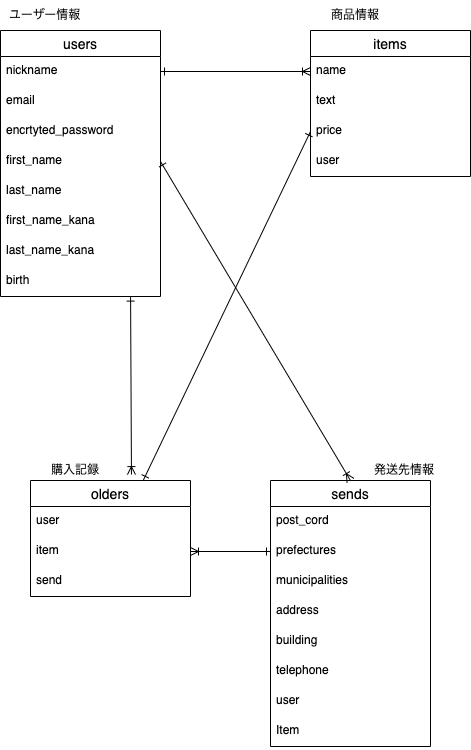
Above: furima.png in asumi-ichiba/furima-38719 (draw.io), before the change. Source tidied: cells renumbered, new cells last; positions are measured from the earlier drawing's top-left corner, leaving out a move shared by most shapes. Its diagram source:
```xml
<mxGraphModel>
  <root>
    <mxCell id="0" />
    <mxCell id="1" parent="0" />
    <mxCell id="2" style="edgeStyle=none;html=1;startArrow=ERone;startFill=0;endArrow=ERoneToMany;endFill=0;exitX=0.813;exitY=1.02;exitDx=0;exitDy=0;exitPerimeter=0;entryX=0.631;entryY=-0.051;entryDx=0;entryDy=0;entryPerimeter=0;" parent="1" edge="1" source="11" target="17">
      <mxGeometry relative="1" as="geometry" />
    </mxCell>
    <mxCell id="3" value="users" style="swimlane;fontStyle=0;horizontal=1;startSize=26;align=center;fontSize=14;" parent="1" vertex="1">
      <mxGeometry y="30" width="160" height="266" as="geometry" />
    </mxCell>
    <mxCell id="4" value="nickname" style="text;strokeColor=none;fillColor=none;spacingLeft=4;spacingRight=4;overflow=hidden;points=[[0,0.5],[1,0.5]];portConstraint=eastwest;fontSize=12;" parent="3" vertex="1">
      <mxGeometry y="26" width="160" height="30" as="geometry" />
    </mxCell>
    <mxCell id="5" value="email" style="text;strokeColor=none;fillColor=none;spacingLeft=4;spacingRight=4;overflow=hidden;fontSize=12;" parent="3" vertex="1">
      <mxGeometry y="56" width="160" height="30" as="geometry" />
    </mxCell>
    <mxCell id="6" value="encrtyted_password" style="text;strokeColor=none;fillColor=none;spacingLeft=4;spacingRight=4;overflow=hidden;fontSize=12;" parent="3" vertex="1">
      <mxGeometry y="86" width="160" height="30" as="geometry" />
    </mxCell>
    <mxCell id="7" value="first_name" style="text;strokeColor=none;fillColor=none;spacingLeft=4;spacingRight=4;overflow=hidden;points=[[0,0.5],[1,0.5]];portConstraint=eastwest;fontSize=12;" parent="3" vertex="1">
      <mxGeometry y="116" width="160" height="30" as="geometry" />
    </mxCell>
    <mxCell id="8" value="last_name" style="text;strokeColor=none;fillColor=none;spacingLeft=4;spacingRight=4;overflow=hidden;fontSize=12;" parent="3" vertex="1">
      <mxGeometry y="146" width="160" height="30" as="geometry" />
    </mxCell>
    <mxCell id="9" value="first_name_kana" style="text;strokeColor=none;fillColor=none;spacingLeft=4;spacingRight=4;overflow=hidden;fontSize=12;" parent="3" vertex="1">
      <mxGeometry y="176" width="160" height="30" as="geometry" />
    </mxCell>
    <mxCell id="10" value="last_name_kana" style="text;strokeColor=none;fillColor=none;spacingLeft=4;spacingRight=4;overflow=hidden;fontSize=12;" parent="3" vertex="1">
      <mxGeometry y="206" width="160" height="30" as="geometry" />
    </mxCell>
    <mxCell id="11" value="birth" style="text;strokeColor=none;fillColor=none;spacingLeft=4;spacingRight=4;overflow=hidden;points=[[0,0.5],[1,0.5]];portConstraint=eastwest;fontSize=12;" parent="3" vertex="1">
      <mxGeometry y="236" width="160" height="30" as="geometry" />
    </mxCell>
    <mxCell id="12" value="items" style="swimlane;fontStyle=0;horizontal=1;startSize=26;align=center;fontSize=14;" parent="1" vertex="1">
      <mxGeometry x="310" y="30" width="160" height="146" as="geometry" />
    </mxCell>
    <mxCell id="13" value="name&#10;&#10;" style="text;strokeColor=none;fillColor=none;spacingLeft=4;spacingRight=4;overflow=hidden;points=[[0,0.5],[1,0.5]];portConstraint=eastwest;fontSize=12;" parent="12" vertex="1">
      <mxGeometry y="26" width="160" height="30" as="geometry" />
    </mxCell>
    <mxCell id="14" value="text" style="text;strokeColor=none;fillColor=none;spacingLeft=4;spacingRight=4;overflow=hidden;fontSize=12;" parent="12" vertex="1">
      <mxGeometry y="56" width="160" height="30" as="geometry" />
    </mxCell>
    <mxCell id="15" value="price" style="text;strokeColor=none;fillColor=none;spacingLeft=4;spacingRight=4;overflow=hidden;points=[[0,0.5],[1,0.5]];portConstraint=eastwest;fontSize=12;" parent="12" vertex="1">
      <mxGeometry y="86" width="160" height="30" as="geometry" />
    </mxCell>
    <mxCell id="16" value="user" style="text;strokeColor=none;fillColor=none;spacingLeft=4;spacingRight=4;overflow=hidden;fontSize=12;" parent="12" vertex="1">
      <mxGeometry y="116" width="160" height="30" as="geometry" />
    </mxCell>
    <mxCell id="17" value="olders" style="swimlane;fontStyle=0;horizontal=1;startSize=26;align=center;fontSize=14;" parent="1" vertex="1">
      <mxGeometry x="30" y="480" width="160" height="116" as="geometry" />
    </mxCell>
    <mxCell id="18" value="user" style="text;strokeColor=none;fillColor=none;spacingLeft=4;spacingRight=4;overflow=hidden;points=[[0,0.5],[1,0.5]];portConstraint=eastwest;fontSize=12;" parent="17" vertex="1">
      <mxGeometry y="26" width="160" height="30" as="geometry" />
    </mxCell>
    <mxCell id="19" value="item" style="text;strokeColor=none;fillColor=none;spacingLeft=4;spacingRight=4;overflow=hidden;points=[[0,0.5],[1,0.5]];portConstraint=eastwest;fontSize=12;" parent="17" vertex="1">
      <mxGeometry y="56" width="160" height="30" as="geometry" />
    </mxCell>
    <mxCell id="20" value="send" style="text;strokeColor=none;fillColor=none;spacingLeft=4;spacingRight=4;overflow=hidden;fontSize=12;" parent="17" vertex="1">
      <mxGeometry y="86" width="160" height="30" as="geometry" />
    </mxCell>
    <mxCell id="21" value="sends" style="swimlane;fontStyle=0;horizontal=1;startSize=26;align=center;fontSize=14;" parent="1" vertex="1">
      <mxGeometry x="270" y="480" width="160" height="266" as="geometry" />
    </mxCell>
    <mxCell id="22" value="post_cord" style="text;strokeColor=none;fillColor=none;spacingLeft=4;spacingRight=4;overflow=hidden;points=[[0,0.5],[1,0.5]];portConstraint=eastwest;fontSize=12;" parent="21" vertex="1">
      <mxGeometry y="26" width="160" height="30" as="geometry" />
    </mxCell>
    <mxCell id="23" value="prefectures" style="text;strokeColor=none;fillColor=none;spacingLeft=4;spacingRight=4;overflow=hidden;points=[[0,0.5],[1,0.5]];portConstraint=eastwest;fontSize=12;" parent="21" vertex="1">
      <mxGeometry y="56" width="160" height="30" as="geometry" />
    </mxCell>
    <mxCell id="24" value="municipalities" style="text;strokeColor=none;fillColor=none;spacingLeft=4;spacingRight=4;overflow=hidden;fontSize=12;" parent="21" vertex="1">
      <mxGeometry y="86" width="160" height="30" as="geometry" />
    </mxCell>
    <mxCell id="25" value="address" style="text;strokeColor=none;fillColor=none;spacingLeft=4;spacingRight=4;overflow=hidden;fontSize=12;" parent="21" vertex="1">
      <mxGeometry y="116" width="160" height="30" as="geometry" />
    </mxCell>
    <mxCell id="26" value="building" style="text;strokeColor=none;fillColor=none;spacingLeft=4;spacingRight=4;overflow=hidden;fontSize=12;" parent="21" vertex="1">
      <mxGeometry y="146" width="160" height="30" as="geometry" />
    </mxCell>
    <mxCell id="27" value="telephone" style="text;strokeColor=none;fillColor=none;spacingLeft=4;spacingRight=4;overflow=hidden;fontSize=12;" parent="21" vertex="1">
      <mxGeometry y="176" width="160" height="30" as="geometry" />
    </mxCell>
    <mxCell id="28" value="user" style="text;strokeColor=none;fillColor=none;spacingLeft=4;spacingRight=4;overflow=hidden;fontSize=12;" parent="21" vertex="1">
      <mxGeometry y="206" width="160" height="30" as="geometry" />
    </mxCell>
    <mxCell id="29" value="Item" style="text;strokeColor=none;fillColor=none;spacingLeft=4;spacingRight=4;overflow=hidden;fontSize=12;" parent="21" vertex="1">
      <mxGeometry y="236" width="160" height="30" as="geometry" />
    </mxCell>
    <mxCell id="30" style="edgeStyle=none;html=1;exitX=1;exitY=0.5;exitDx=0;exitDy=0;entryX=0;entryY=0.5;entryDx=0;entryDy=0;startArrow=ERone;startFill=0;endArrow=ERoneToMany;endFill=0;" parent="1" edge="1" source="4" target="13">
      <mxGeometry relative="1" as="geometry" />
    </mxCell>
    <mxCell id="31" style="edgeStyle=none;html=1;exitX=1;exitY=0.5;exitDx=0;exitDy=0;entryX=0.5;entryY=0;entryDx=0;entryDy=0;startArrow=ERone;startFill=0;endArrow=ERoneToMany;endFill=0;" parent="1" edge="1" source="7" target="21">
      <mxGeometry relative="1" as="geometry" />
    </mxCell>
    <mxCell id="32" style="edgeStyle=none;html=1;entryX=1;entryY=0.5;entryDx=0;entryDy=0;startArrow=ERone;startFill=0;endArrow=ERoneToMany;endFill=0;" parent="1" edge="1" source="23" target="19">
      <mxGeometry relative="1" as="geometry" />
    </mxCell>
    <mxCell id="33" style="edgeStyle=none;html=1;exitX=0;exitY=0.5;exitDx=0;exitDy=0;entryX=0.706;entryY=-0.005;entryDx=0;entryDy=0;entryPerimeter=0;startArrow=ERone;startFill=0;endArrow=ERone;endFill=0;" parent="1" edge="1" target="17">
      <mxGeometry relative="1" as="geometry">
        <mxPoint x="310" y="131" as="sourcePoint" />
      </mxGeometry>
    </mxCell>
    <mxCell id="34" value="ユーザー情報" style="text;html=1;strokeColor=none;fillColor=none;align=center;verticalAlign=middle;whiteSpace=wrap;rounded=0;" parent="1" vertex="1">
      <mxGeometry width="90" height="30" as="geometry" />
    </mxCell>
    <mxCell id="35" value="商品情報" style="text;html=1;strokeColor=none;fillColor=none;align=center;verticalAlign=middle;whiteSpace=wrap;rounded=0;" parent="1" vertex="1">
      <mxGeometry x="310" width="90" height="30" as="geometry" />
    </mxCell>
    <mxCell id="36" value="購入記録" style="text;html=1;strokeColor=none;fillColor=none;align=center;verticalAlign=middle;whiteSpace=wrap;rounded=0;" parent="1" vertex="1">
      <mxGeometry x="30" y="455" width="90" height="30" as="geometry" />
    </mxCell>
    <mxCell id="37" value="発送先情報" style="text;html=1;strokeColor=none;fillColor=none;align=center;verticalAlign=middle;whiteSpace=wrap;rounded=0;" parent="1" vertex="1">
      <mxGeometry x="359" y="455" width="90" height="30" as="geometry" />
    </mxCell>
  </root>
</mxGraphModel>
```
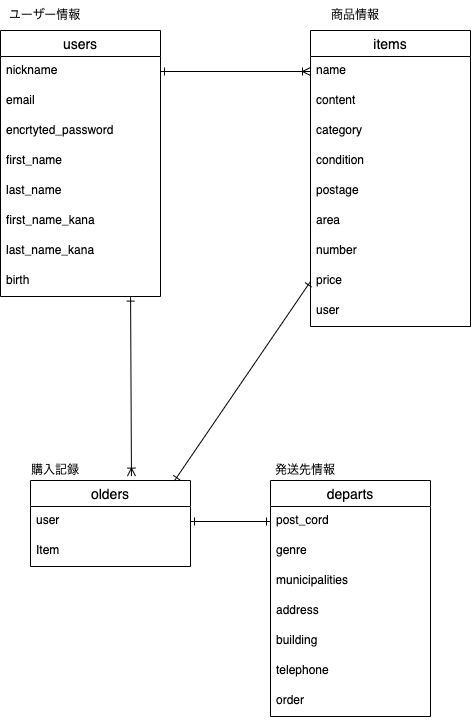
After the commit.

Commit message:
データベース設計の修正

Diff of the diagram source:
```diff
@@ -33,39 +33,51 @@
       <mxGeometry y="236" width="160" height="30" as="geometry" />
     </mxCell>
     <mxCell id="12" value="items" style="swimlane;fontStyle=0;horizontal=1;startSize=26;align=center;fontSize=14;" parent="1" vertex="1">
-      <mxGeometry x="310" y="30" width="160" height="146" as="geometry" />
+      <mxGeometry x="310" y="30" width="160" height="296" as="geometry" />
     </mxCell>
     <mxCell id="13" value="name&#10;&#10;" style="text;strokeColor=none;fillColor=none;spacingLeft=4;spacingRight=4;overflow=hidden;points=[[0,0.5],[1,0.5]];portConstraint=eastwest;fontSize=12;" parent="12" vertex="1">
       <mxGeometry y="26" width="160" height="30" as="geometry" />
     </mxCell>
-    <mxCell id="14" value="text" style="text;strokeColor=none;fillColor=none;spacingLeft=4;spacingRight=4;overflow=hidden;fontSize=12;" parent="12" vertex="1">
+    <mxCell id="14" value="content" style="text;strokeColor=none;fillColor=none;spacingLeft=4;spacingRight=4;overflow=hidden;fontSize=12;" parent="12" vertex="1">
       <mxGeometry y="56" width="160" height="30" as="geometry" />
     </mxCell>
+    <mxCell id="38" value="category" style="text;strokeColor=none;fillColor=none;spacingLeft=4;spacingRight=4;overflow=hidden;fontSize=12;" parent="12" vertex="1">
+      <mxGeometry y="86" width="160" height="30" as="geometry" />
+    </mxCell>
+    <mxCell id="39" value="condition" style="text;strokeColor=none;fillColor=none;spacingLeft=4;spacingRight=4;overflow=hidden;fontSize=12;" parent="12" vertex="1">
+      <mxGeometry y="116" width="160" height="30" as="geometry" />
+    </mxCell>
+    <mxCell id="40" value="postage" style="text;strokeColor=none;fillColor=none;spacingLeft=4;spacingRight=4;overflow=hidden;fontSize=12;" parent="12" vertex="1">
+      <mxGeometry y="146" width="160" height="30" as="geometry" />
+    </mxCell>
+    <mxCell id="41" value="area" style="text;strokeColor=none;fillColor=none;spacingLeft=4;spacingRight=4;overflow=hidden;fontSize=12;" parent="12" vertex="1">
+      <mxGeometry y="176" width="160" height="30" as="geometry" />
+    </mxCell>
+    <mxCell id="42" value="number" style="text;strokeColor=none;fillColor=none;spacingLeft=4;spacingRight=4;overflow=hidden;fontSize=12;" parent="12" vertex="1">
+      <mxGeometry y="206" width="160" height="30" as="geometry" />
+    </mxCell>
     <mxCell id="15" value="price" style="text;strokeColor=none;fillColor=none;spacingLeft=4;spacingRight=4;overflow=hidden;points=[[0,0.5],[1,0.5]];portConstraint=eastwest;fontSize=12;" parent="12" vertex="1">
-      <mxGeometry y="86" width="160" height="30" as="geometry" />
+      <mxGeometry y="236" width="160" height="30" as="geometry" />
     </mxCell>
     <mxCell id="16" value="user" style="text;strokeColor=none;fillColor=none;spacingLeft=4;spacingRight=4;overflow=hidden;fontSize=12;" parent="12" vertex="1">
-      <mxGeometry y="116" width="160" height="30" as="geometry" />
+      <mxGeometry y="266" width="160" height="30" as="geometry" />
     </mxCell>
     <mxCell id="17" value="olders" style="swimlane;fontStyle=0;horizontal=1;startSize=26;align=center;fontSize=14;" parent="1" vertex="1">
-      <mxGeometry x="30" y="480" width="160" height="116" as="geometry" />
+      <mxGeometry x="30" y="480" width="160" height="86" as="geometry" />
     </mxCell>
     <mxCell id="18" value="user" style="text;strokeColor=none;fillColor=none;spacingLeft=4;spacingRight=4;overflow=hidden;points=[[0,0.5],[1,0.5]];portConstraint=eastwest;fontSize=12;" parent="17" vertex="1">
       <mxGeometry y="26" width="160" height="30" as="geometry" />
     </mxCell>
-    <mxCell id="19" value="item" style="text;strokeColor=none;fillColor=none;spacingLeft=4;spacingRight=4;overflow=hidden;points=[[0,0.5],[1,0.5]];portConstraint=eastwest;fontSize=12;" parent="17" vertex="1">
-      <mxGeometry y="56" width="160" height="30" as="geometry" />
-    </mxCell>
-    <mxCell id="20" value="send" style="text;strokeColor=none;fillColor=none;spacingLeft=4;spacingRight=4;overflow=hidden;fontSize=12;" parent="17" vertex="1">
-      <mxGeometry y="86" width="160" height="30" as="geometry" />
-    </mxCell>
+    <mxCell id="29" value="Item" style="text;strokeColor=none;fillColor=none;spacingLeft=4;spacingRight=4;overflow=hidden;fontSize=12;" parent="17" vertex="1">
+      <mxGeometry y="56" width="160" height="30" as="geometry" />
+    </mxCell>
-    <mxCell id="21" value="sends" style="swimlane;fontStyle=0;horizontal=1;startSize=26;align=center;fontSize=14;" parent="1" vertex="1">
-      <mxGeometry x="270" y="480" width="160" height="266" as="geometry" />
+    <mxCell id="21" value="departs" style="swimlane;fontStyle=0;horizontal=1;startSize=26;align=center;fontSize=14;" parent="1" vertex="1">
+      <mxGeometry x="270" y="480" width="160" height="236" as="geometry" />
     </mxCell>
     <mxCell id="22" value="post_cord" style="text;strokeColor=none;fillColor=none;spacingLeft=4;spacingRight=4;overflow=hidden;points=[[0,0.5],[1,0.5]];portConstraint=eastwest;fontSize=12;" parent="21" vertex="1">
       <mxGeometry y="26" width="160" height="30" as="geometry" />
     </mxCell>
-    <mxCell id="23" value="prefectures" style="text;strokeColor=none;fillColor=none;spacingLeft=4;spacingRight=4;overflow=hidden;points=[[0,0.5],[1,0.5]];portConstraint=eastwest;fontSize=12;" parent="21" vertex="1">
+    <mxCell id="23" value="genre" style="text;strokeColor=none;fillColor=none;spacingLeft=4;spacingRight=4;overflow=hidden;points=[[0,0.5],[1,0.5]];portConstraint=eastwest;fontSize=12;" parent="21" vertex="1">
       <mxGeometry y="56" width="160" height="30" as="geometry" />
     </mxCell>
     <mxCell id="24" value="municipalities" style="text;strokeColor=none;fillColor=none;spacingLeft=4;spacingRight=4;overflow=hidden;fontSize=12;" parent="21" vertex="1">
@@ -80,26 +92,12 @@
     <mxCell id="27" value="telephone" style="text;strokeColor=none;fillColor=none;spacingLeft=4;spacingRight=4;overflow=hidden;fontSize=12;" parent="21" vertex="1">
       <mxGeometry y="176" width="160" height="30" as="geometry" />
     </mxCell>
-    <mxCell id="28" value="user" style="text;strokeColor=none;fillColor=none;spacingLeft=4;spacingRight=4;overflow=hidden;fontSize=12;" parent="21" vertex="1">
-      <mxGeometry y="206" width="160" height="30" as="geometry" />
-    </mxCell>
-    <mxCell id="29" value="Item" style="text;strokeColor=none;fillColor=none;spacingLeft=4;spacingRight=4;overflow=hidden;fontSize=12;" parent="21" vertex="1">
-      <mxGeometry y="236" width="160" height="30" as="geometry" />
-    </mxCell>
+    <mxCell id="43" value="order&#10;" style="text;strokeColor=none;fillColor=none;spacingLeft=4;spacingRight=4;overflow=hidden;fontSize=12;" parent="21" vertex="1">
+      <mxGeometry y="206" width="160" height="30" as="geometry" />
+    </mxCell>
     <mxCell id="30" style="edgeStyle=none;html=1;exitX=1;exitY=0.5;exitDx=0;exitDy=0;entryX=0;entryY=0.5;entryDx=0;entryDy=0;startArrow=ERone;startFill=0;endArrow=ERoneToMany;endFill=0;" parent="1" edge="1" source="4" target="13">
       <mxGeometry relative="1" as="geometry" />
     </mxCell>
-    <mxCell id="31" style="edgeStyle=none;html=1;exitX=1;exitY=0.5;exitDx=0;exitDy=0;entryX=0.5;entryY=0;entryDx=0;entryDy=0;startArrow=ERone;startFill=0;endArrow=ERoneToMany;endFill=0;" parent="1" edge="1" source="7" target="21">
-      <mxGeometry relative="1" as="geometry" />
-    </mxCell>
-    <mxCell id="32" style="edgeStyle=none;html=1;entryX=1;entryY=0.5;entryDx=0;entryDy=0;startArrow=ERone;startFill=0;endArrow=ERoneToMany;endFill=0;" parent="1" edge="1" source="23" target="19">
-      <mxGeometry relative="1" as="geometry" />
-    </mxCell>
-    <mxCell id="33" style="edgeStyle=none;html=1;exitX=0;exitY=0.5;exitDx=0;exitDy=0;entryX=0.706;entryY=-0.005;entryDx=0;entryDy=0;entryPerimeter=0;startArrow=ERone;startFill=0;endArrow=ERone;endFill=0;" parent="1" edge="1" target="17">
-      <mxGeometry relative="1" as="geometry">
-        <mxPoint x="310" y="131" as="sourcePoint" />
-      </mxGeometry>
-    </mxCell>
     <mxCell id="34" value="ユーザー情報" style="text;html=1;strokeColor=none;fillColor=none;align=center;verticalAlign=middle;whiteSpace=wrap;rounded=0;" parent="1" vertex="1">
       <mxGeometry width="90" height="30" as="geometry" />
     </mxCell>
@@ -107,10 +105,16 @@
       <mxGeometry x="310" width="90" height="30" as="geometry" />
     </mxCell>
     <mxCell id="36" value="購入記録" style="text;html=1;strokeColor=none;fillColor=none;align=center;verticalAlign=middle;whiteSpace=wrap;rounded=0;" parent="1" vertex="1">
-      <mxGeometry x="30" y="455" width="90" height="30" as="geometry" />
+      <mxGeometry x="10" y="455" width="90" height="30" as="geometry" />
     </mxCell>
     <mxCell id="37" value="発送先情報" style="text;html=1;strokeColor=none;fillColor=none;align=center;verticalAlign=middle;whiteSpace=wrap;rounded=0;" parent="1" vertex="1">
-      <mxGeometry x="359" y="455" width="90" height="30" as="geometry" />
+      <mxGeometry x="260" y="455" width="90" height="30" as="geometry" />
     </mxCell>
+    <mxCell id="44" style="edgeStyle=none;html=1;exitX=0;exitY=0.5;exitDx=0;exitDy=0;entryX=1;entryY=0.5;entryDx=0;entryDy=0;startArrow=ERone;startFill=0;endArrow=ERone;endFill=0;" parent="1" edge="1" source="22" target="18">
+      <mxGeometry relative="1" as="geometry" />
+    </mxCell>
+    <mxCell id="45" style="edgeStyle=none;html=1;exitX=0;exitY=0.5;exitDx=0;exitDy=0;entryX=0.899;entryY=0.005;entryDx=0;entryDy=0;entryPerimeter=0;startArrow=ERone;startFill=0;endArrow=ERone;endFill=0;" parent="1" edge="1" source="15" target="17">
+      <mxGeometry relative="1" as="geometry" />
+    </mxCell>
   </root>
 </mxGraphModel>
```
